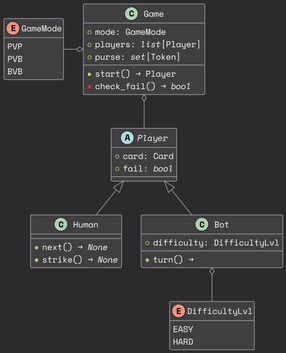
Earlier version of the PlantUML export docs/game.png (learning-AIU/python-developer-9).
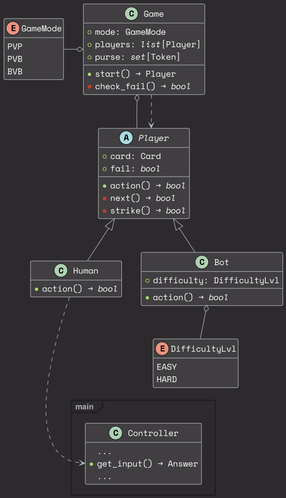
The same diagram one commit later.

Change to the diagram source:
```diff
@@ -3,6 +3,7 @@
 !theme monokai from ..\data
 
 hide enum empty members
+hide class empty members
 
 
 enum GameMode {
@@ -19,18 +20,20 @@
 abstract class Player {
     +card: Card
     +fail: <i>bool</i>
+    +action() → <i>bool</i>
+    -next() → <i>bool</i>
+    -strike() → <i>bool</i>
 }
 
 
 class Human {
-    +next() → <i>None</i>
-    +strike() → <i>None</i>
+    +action() → <i>bool</i>
 }
 
 
 class Bot {
     +difficulty: DifficultyLvl
-    +turn() →
+    +action() → <i>bool</i>
 }
 
 
@@ -43,13 +46,30 @@
 }
 
 
+frame " main  " {
+    class Controller {
+        {method}...
+        +get_input() → Answer
+        {method}...
+    }
+}
+
+
 Player <|-- Human
 Player <|-- Bot
+
+Human ...> Controller::get_input
 
 Bot o-- DifficultyLvl
 
 Game o-left- GameMode
 Game o-down- Player
 
+Game ..> Player
+
+
+DifficultyLvl -[hidden]- Controller
+Human -right[hidden]- Bot
+
 
 @enduml
```
